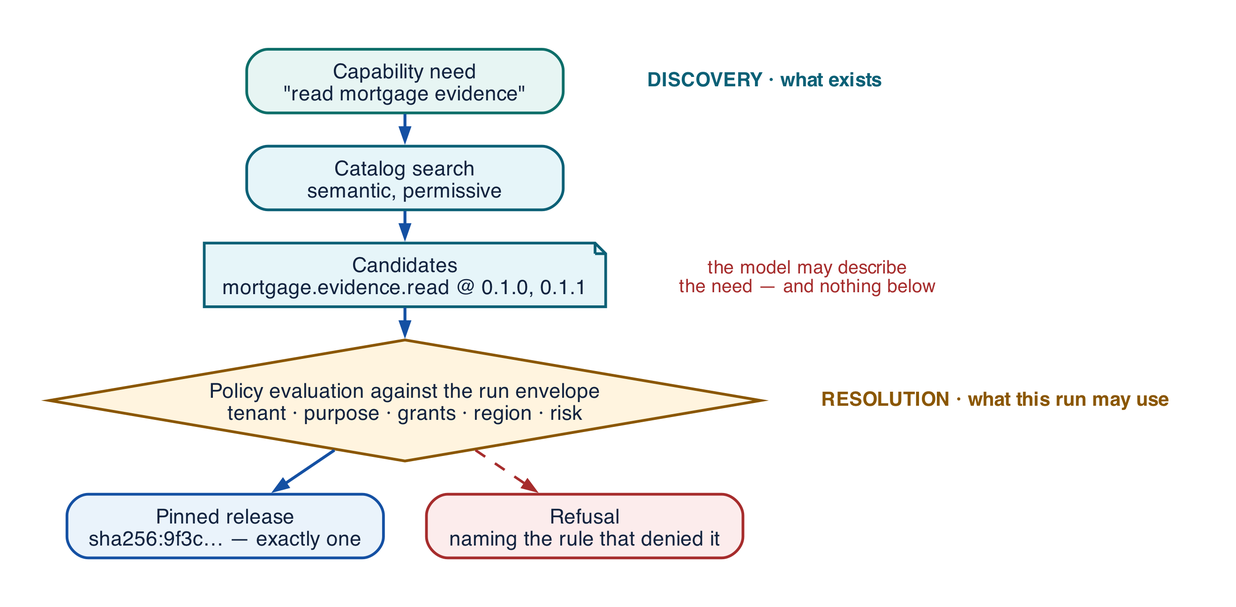
Earlier version of the Graphviz export assets/diagrams/skill-resolution.png (rrahimi-uci/building-enterprise-general-intelligence). Its source is kept beside it as assets/diagrams/src/skill-resolution.gv.
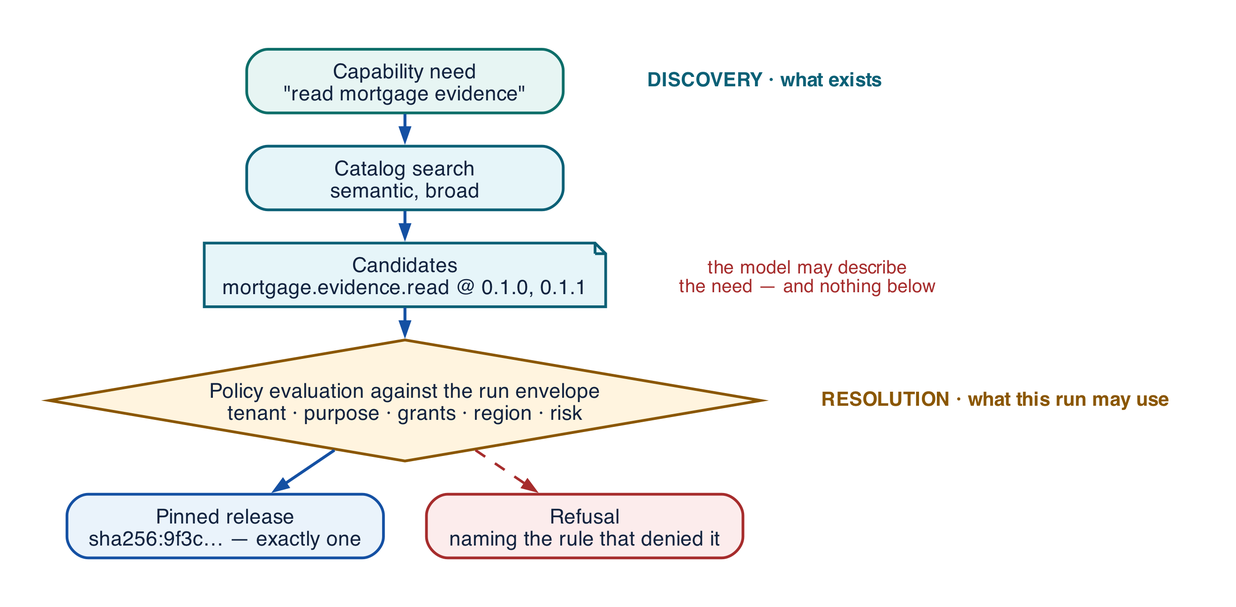
Later version of the same file.

The edit, as a diff of the source:
```diff
@@ -6,7 +6,7 @@
   edge [arrowsize=0.65, penwidth=1.5, color="#1450A3"]
 
   need [label="Capability need\n\"read mortgage evidence\"", fillcolor="#E7F5F3", color="#0D6E69"]
-  cat  [label="Catalog search\nsemantic, permissive", fillcolor="#E6F5F9", color="#0B6076"]
+  cat  [label="Catalog search\nsemantic, broad", fillcolor="#E6F5F9", color="#0B6076"]
   cand [label="Candidates\nmortgage.evidence.read @ 0.1.0, 0.1.1", shape=note,
         style=filled, fillcolor="#E6F5F9", color="#0B6076"]
 
```
